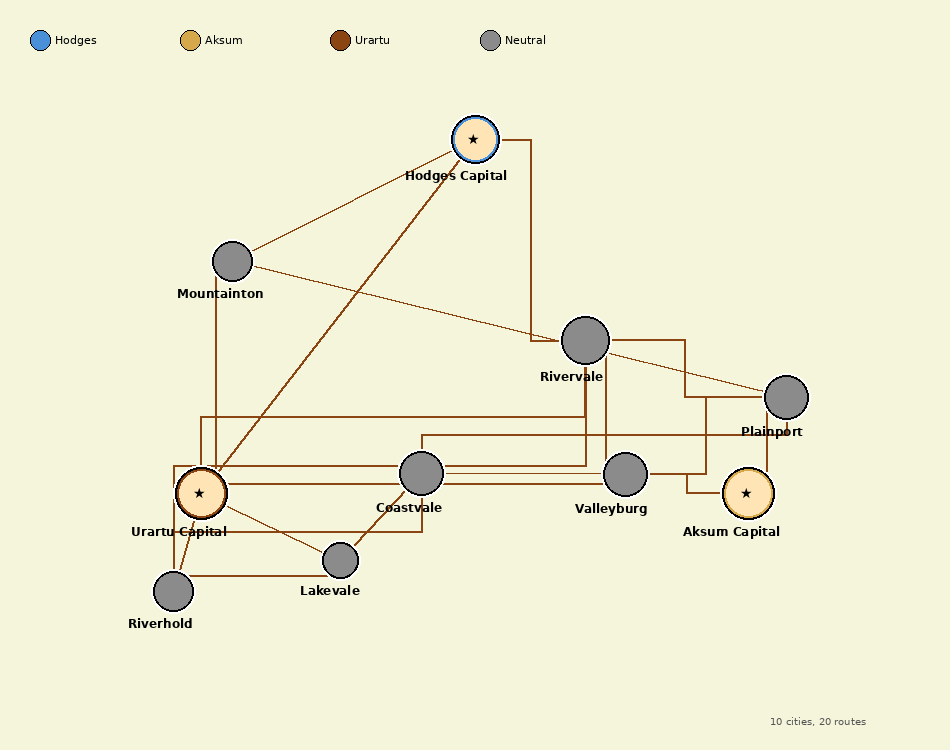
Before: world/map/world-map.png, a diagram exported from Graphviz (DylanZ34/World-Sim). Its source is kept beside it as world/map/world-map.dot.
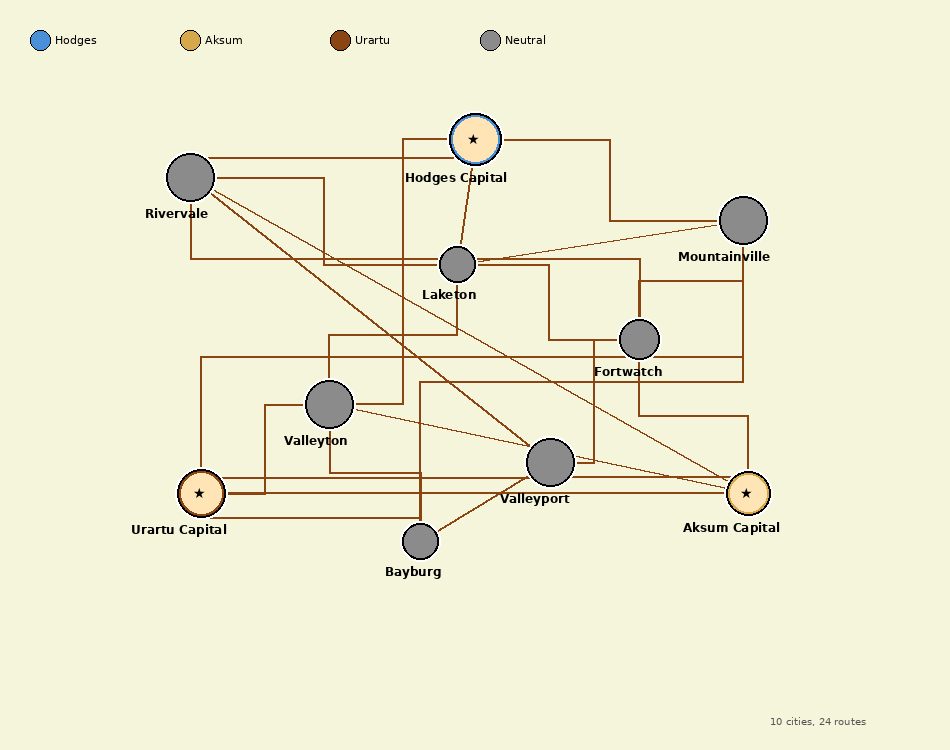
After the commit.

Diff of the diagram source:
```diff
@@ -4,35 +4,39 @@
   splines=true;
 
   node [shape=circle, style=filled, fontname="Arial"];
-  "city_0" [label="Hodges Capital\n(6/3)", fillcolor="#4A90D9", width=45, fontsize=10];
-  "city_1" [label="Aksum Capital\n(7/5)", fillcolor="#D4A84B", width=45, fontsize=10];
-  "city_2" [label="Urartu Capital\n(7/6)", fillcolor="#8B4513", width=45, fontsize=10];
-  "city_3" [label="Plainport\n(5/4)", fillcolor="#CCCCCC", width=30, fontsize=10];
-  "city_4" [label="Rivervale\n(6/4)", fillcolor="#CCCCCC", width=30, fontsize=10];
-  "city_5" [label="Mountainton\n(4/3)", fillcolor="#CCCCCC", width=30, fontsize=10];
-  "city_6" [label="Valleyburg\n(5/4)", fillcolor="#CCCCCC", width=30, fontsize=10];
-  "city_7" [label="Coastvale\n(5/2)", fillcolor="#CCCCCC", width=30, fontsize=10];
-  "city_8" [label="Lakevale\n(3/1)", fillcolor="#CCCCCC", width=30, fontsize=10];
-  "city_9" [label="Riverhold\n(4/2)", fillcolor="#CCCCCC", width=30, fontsize=10];
+  "city_0" [label="Hodges Capital\n(7/4)", fillcolor="#4A90D9", width=45, fontsize=10];
+  "city_1" [label="Aksum Capital\n(5/3)", fillcolor="#D4A84B", width=45, fontsize=10];
+  "city_2" [label="Urartu Capital\n(6/5)", fillcolor="#8B4513", width=45, fontsize=10];
+  "city_3" [label="Valleyton\n(6/3)", fillcolor="#CCCCCC", width=30, fontsize=10];
+  "city_4" [label="Bayburg\n(3/2)", fillcolor="#CCCCCC", width=30, fontsize=10];
+  "city_5" [label="Valleyport\n(6/1)", fillcolor="#CCCCCC", width=30, fontsize=10];
+  "city_6" [label="Rivervale\n(6/1)", fillcolor="#CCCCCC", width=30, fontsize=10];
+  "city_7" [label="Laketon\n(3/1)", fillcolor="#CCCCCC", width=30, fontsize=10];
+  "city_8" [label="Fortwatch\n(4/2)", fillcolor="#CCCCCC", width=30, fontsize=10];
+  "city_9" [label="Mountainville\n(6/1)", fillcolor="#CCCCCC", width=30, fontsize=10];
 
-  "city_0" -- "city_4" [len=2];
-  "city_0" -- "city_5" [len=2];
+  "city_0" -- "city_7" [len=2];
+  "city_0" -- "city_6" [len=2];
+  "city_1" -- "city_5" [len=2];
+  "city_1" -- "city_8" [len=2];
+  "city_2" -- "city_3" [len=2];
+  "city_2" -- "city_4" [len=2];
+  "city_3" -- "city_4" [len=2];
+  "city_4" -- "city_5" [len=2];
+  "city_5" -- "city_8" [len=2];
+  "city_6" -- "city_7" [len=2];
+  "city_7" -- "city_8" [len=2];
+  "city_8" -- "city_9" [len=2];
+  "city_0" -- "city_9" [len=2];
+  "city_2" -- "city_5" [len=2];
+  "city_1" -- "city_2" [len=2];
+  "city_0" -- "city_3" [len=2];
+  "city_3" -- "city_7" [len=2];
+  "city_1" -- "city_3" [len=2];
   "city_1" -- "city_6" [len=2];
-  "city_1" -- "city_3" [len=2];
+  "city_5" -- "city_6" [len=2];
+  "city_6" -- "city_8" [len=2];
   "city_2" -- "city_9" [len=2];
-  "city_2" -- "city_8" [len=2];
-  "city_3" -- "city_6" [len=2];
-  "city_4" -- "city_6" [len=2];
-  "city_3" -- "city_4" [len=2];
-  "city_2" -- "city_5" [len=2];
-  "city_7" -- "city_8" [len=2];
-  "city_6" -- "city_7" [len=2];
-  "city_8" -- "city_9" [len=2];
-  "city_0" -- "city_2" [len=2];
-  "city_2" -- "city_6" [len=2];
-  "city_3" -- "city_5" [len=2];
   "city_4" -- "city_9" [len=2];
-  "city_2" -- "city_4" [len=2];
   "city_7" -- "city_9" [len=2];
-  "city_3" -- "city_7" [len=2];
 }
```
